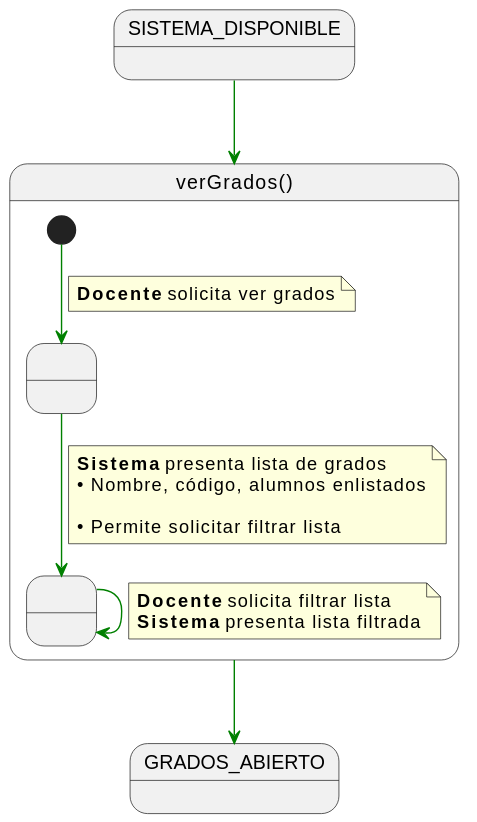
Before: documents/casos-de-uso/detalladoCasosDeUso/verGrados/verGrados.svg, a diagram exported from PlantUML (martinlopez7/25-26-IdSw1-SdR).
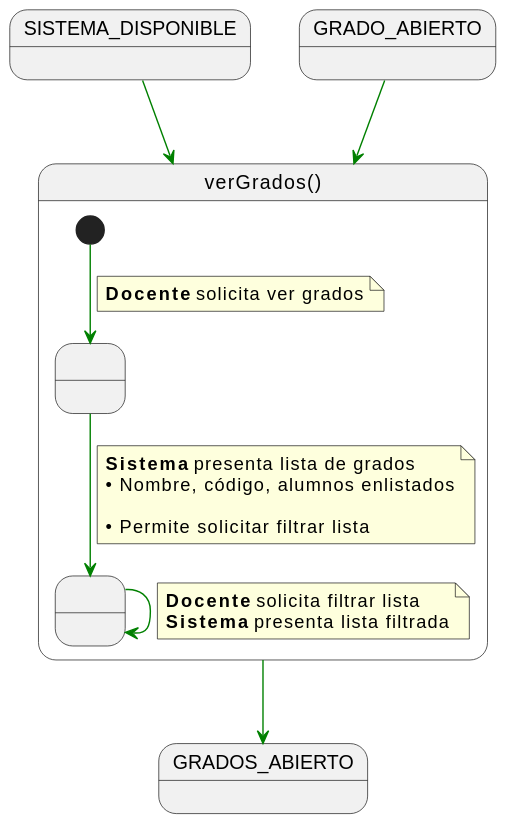
The same file after the commit.

Change to the diagram source:
```diff
@@ -29,5 +29,7 @@
 
 SISTEMA_DISPONIBLE -[#green]-> verGrados
 
+GRADO_ABIERTO -[#green]-> verGrados
+
 verGrados -[#green]-> GRADOS_ABIERTO
 @enduml
```
